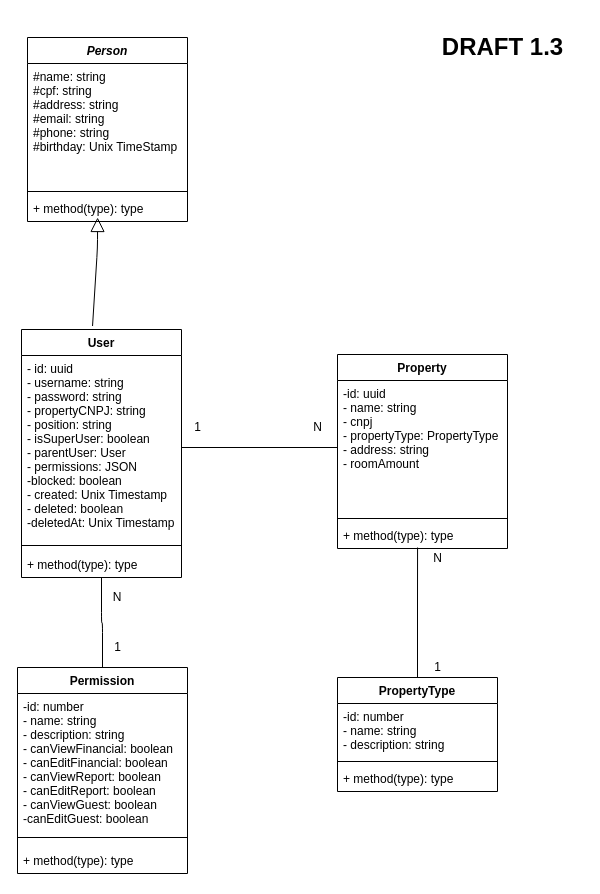
gprpaes/IC819 keeps this draw.io diagram as Docs/UML/Class/Hostfy-class.drawio. Above is the earlier version. Source tidied: cells renumbered, new cells numbered last; positions are measured from the earlier drawing's top-left corner, leaving out a move shared by most shapes. Both pictures are drawn from the tidied source at 100%, with x=0, y=0 at pixel (17, 22).
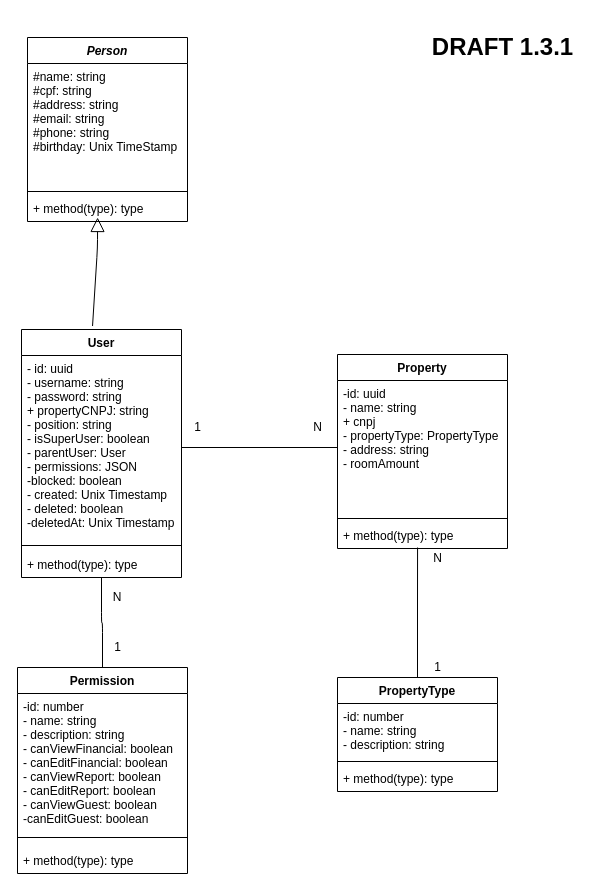
The same diagram, later.

Commit message (it also covers changes not shown here):
Added TypeOrm annotations to user and person entity

The change refers to these unchanged cells:
```xml
<mxCell id="15" value="Property" style="swimlane;fontStyle=1;align=center;verticalAlign=top;horizontal=1;startSize=26;" parent="1" vertex="1">
  <mxGeometry x="320" y="332" width="170" height="194" as="geometry" />
</mxCell>
<mxCell id="19" value="User" style="swimlane;fontStyle=1;align=center;verticalAlign=top;horizontal=1;startSize=26;" parent="1" vertex="1">
  <mxGeometry x="4" y="307" width="160" height="248" as="geometry" />
</mxCell>
```

Change to the diagram source:
```diff
@@
-    <mxCell id="13" value="&lt;h1&gt;DRAFT 1.3&lt;br&gt;&lt;/h1&gt;" style="text;html=1;align=center;verticalAlign=middle;" parent="1" vertex="1">
-      <mxGeometry x="415" width="140" height="50" as="geometry" />
+    <mxCell id="13" value="&lt;h1&gt;DRAFT 1.3.1&lt;br&gt;&lt;/h1&gt;" style="text;html=1;align=center;verticalAlign=middle;" parent="1" vertex="1">
+      <mxGeometry x="405" width="160" height="50" as="geometry" />
     </mxCell>
@@
-    <mxCell id="16" value="-id: uuid&#10;- name: string&#10;- cnpj&#10;- propertyType: PropertyType&#10;- address: string&#10;- roomAmount&#10;&#10;" style="text;strokeColor=none;fillColor=none;align=left;verticalAlign=top;spacingLeft=4;spacingRight=4;overflow=hidden;points=[[0,0.5],[1,0.5]];portConstraint=eastwest;" parent="15" vertex="1">
+    <mxCell id="16" value="-id: uuid&#10;- name: string&#10;+ cnpj&#10;- propertyType: PropertyType&#10;- address: string&#10;- roomAmount&#10;&#10;" style="text;strokeColor=none;fillColor=none;align=left;verticalAlign=top;spacingLeft=4;spacingRight=4;overflow=hidden;points=[[0,0.5],[1,0.5]];portConstraint=eastwest;" parent="15" vertex="1">
       <mxGeometry y="26" width="170" height="134" as="geometry" />
     </mxCell>
@@
-    <mxCell id="20" value="- id: uuid&#10;- username: string&#10;- password: string&#10;- propertyCNPJ: string&#10;- position: string&#10;- isSuperUser: boolean&#10;- parentUser: User&#10;- permissions: JSON&#10;-blocked: boolean&#10;- created: Unix Timestamp&#10;- deleted: boolean&#10;-deletedAt: Unix Timestamp&#10;&#10;&#10;&#10;&#10;&#10;" style="text;strokeColor=none;fillColor=none;align=left;verticalAlign=top;spacingLeft=4;spacingRight=4;overflow=hidden;points=[[0,0.5],[1,0.5]];portConstraint=eastwest;" parent="19" vertex="1">
+    <mxCell id="20" value="- id: uuid&#10;- username: string&#10;- password: string&#10;+ propertyCNPJ: string&#10;- position: string&#10;- isSuperUser: boolean&#10;- parentUser: User&#10;- permissions: JSON&#10;-blocked: boolean&#10;- created: Unix Timestamp&#10;- deleted: boolean&#10;-deletedAt: Unix Timestamp&#10;&#10;&#10;&#10;&#10;&#10;" style="text;strokeColor=none;fillColor=none;align=left;verticalAlign=top;spacingLeft=4;spacingRight=4;overflow=hidden;points=[[0,0.5],[1,0.5]];portConstraint=eastwest;" parent="19" vertex="1">
       <mxGeometry y="26" width="160" height="184" as="geometry" />
     </mxCell>
```
